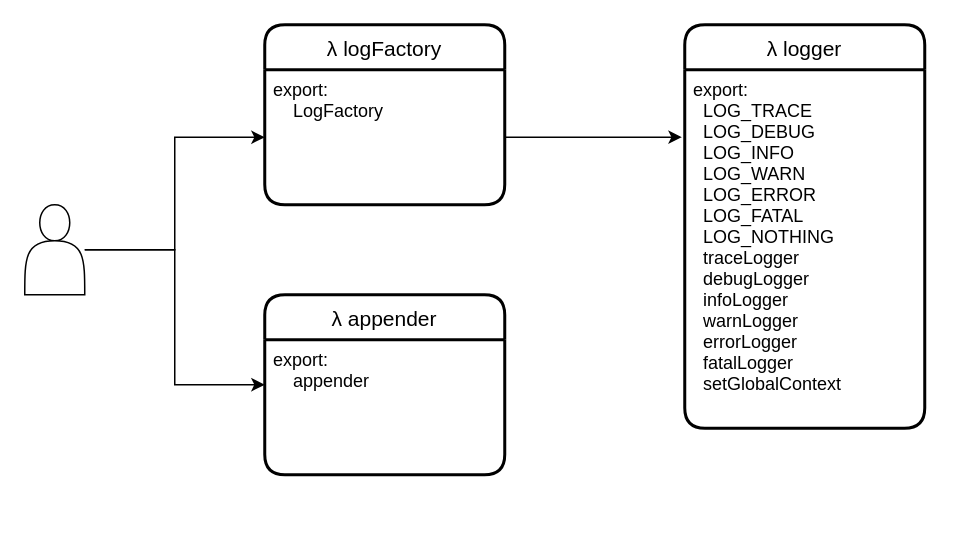
WebEngineering-FHNW/Kolibri keeps this draw.io diagram as contrib/wild_wyss/docs/diagram/Logger_Diagramm.drawio. Above is the earlier version. Source tidied: cells renumbered, new cells numbered last; positions are measured from the earlier drawing's top-left corner, leaving out a move shared by most shapes. Both pictures are drawn from the tidied source at 150%, with x=0, y=0 at pixel (24, 24).
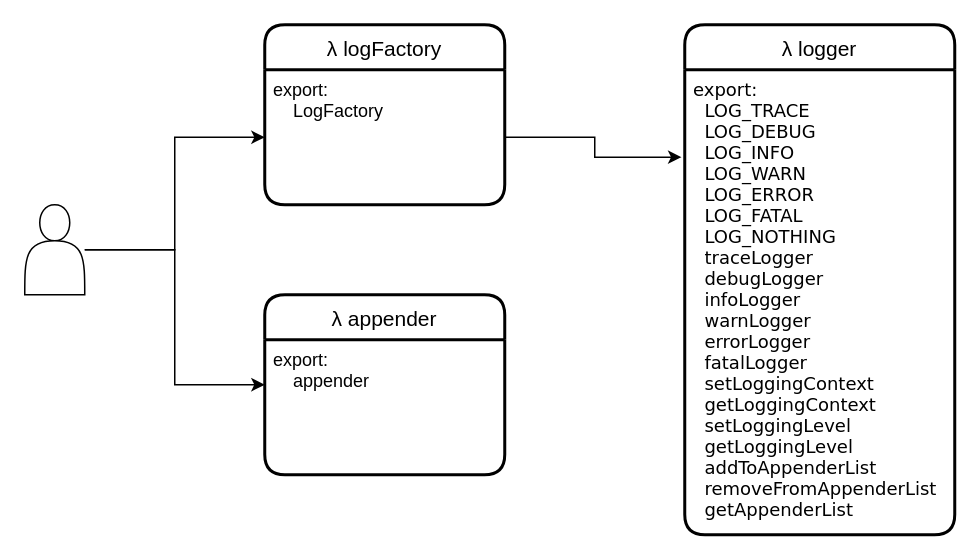
After the change.

Commit message (it also covers changes not shown here):
refactor(logger): replace overview image

What changed in the source:
```diff
@@
 <mxGraphModel>
   <root>
     <mxCell id="0" />
     <mxCell id="1" parent="0" />
     <mxCell id="2" value="λ logFactory" style="swimlane;horizontal=1;startSize=30;rounded=1;fontSize=14;fontStyle=0;strokeWidth=2;shadow=0;dashed=0;align=center;" parent="1" vertex="1">
       <mxGeometry x="160" width="160" height="120" as="geometry" />
     </mxCell>
     <mxCell id="3" value="export:&#10;    LogFactory&#10;" style="align=left;strokeColor=none;fillColor=none;spacingLeft=4;fontSize=12;verticalAlign=top;" parent="2" vertex="1">
       <mxGeometry y="30" width="160" height="90" as="geometry" />
     </mxCell>
     <mxCell id="4" value="λ logger" style="swimlane;horizontal=1;startSize=30;rounded=1;fontSize=14;fontStyle=0;strokeWidth=2;shadow=0;dashed=0;align=center;" parent="1" vertex="1">
-      <mxGeometry x="440" width="160" height="269" as="geometry" />
+      <mxGeometry x="440" width="180" height="340" as="geometry" />
     </mxCell>
-    <mxCell id="5" value="export:&#10;  LOG_TRACE&#10;  LOG_DEBUG&#10;  LOG_INFO&#10;  LOG_WARN&#10;  LOG_ERROR&#10;  LOG_FATAL&#10;  LOG_NOTHING&#10;  traceLogger&#10;  debugLogger&#10;  infoLogger&#10;  warnLogger&#10;  errorLogger&#10;  fatalLogger&#10;  setGlobalContext&#10;" style="align=left;strokeColor=none;fillColor=none;spacingLeft=4;fontSize=12;verticalAlign=top;" parent="4" vertex="1">
-      <mxGeometry y="30" width="160" height="239" as="geometry" />
+    <mxCell id="5" value="export:&#10;  LOG_TRACE&#10;  LOG_DEBUG&#10;  LOG_INFO&#10;  LOG_WARN&#10;  LOG_ERROR&#10;  LOG_FATAL&#10;  LOG_NOTHING&#10;  traceLogger&#10;  debugLogger&#10;  infoLogger&#10;  warnLogger&#10;  errorLogger&#10;  fatalLogger&#10;  setLoggingContext&#10;  getLoggingContext&#10;  setLoggingLevel&#10;  getLoggingLevel&#10;  addToAppenderList&#10;  removeFromAppenderList&#10;  getAppenderList &#10;&#10;&#10;" style="align=left;strokeColor=none;fillColor=none;spacingLeft=4;fontSize=12;verticalAlign=top;fontFamily=Verdana;" parent="4" vertex="1">
+      <mxGeometry y="30" width="180" height="310" as="geometry" />
     </mxCell>
     <mxCell id="6" value="λ appender" style="swimlane;horizontal=1;startSize=30;rounded=1;fontSize=14;fontStyle=0;strokeWidth=2;shadow=0;dashed=0;align=center;" parent="1" vertex="1">
       <mxGeometry x="160" y="180" width="160" height="120" as="geometry" />
     </mxCell>
     <mxCell id="7" value="export:&#10;    appender&#10;" style="align=left;strokeColor=none;fillColor=none;spacingLeft=4;fontSize=12;verticalAlign=top;" parent="6" vertex="1">
       <mxGeometry y="30" width="160" height="90" as="geometry" />
     </mxCell>
     <mxCell id="8" style="edgeStyle=orthogonalEdgeStyle;rounded=0;jettySize=auto;html=1;entryX=0;entryY=0.5;entryDx=0;entryDy=0;" parent="1" edge="1" source="10" target="3">
       <mxGeometry relative="1" as="geometry" />
     </mxCell>
     <mxCell id="9" style="edgeStyle=orthogonalEdgeStyle;rounded=0;jettySize=auto;html=1;entryX=0;entryY=0.333;entryDx=0;entryDy=0;entryPerimeter=0;" parent="1" edge="1" source="10" target="7">
       <mxGeometry relative="1" as="geometry" />
     </mxCell>
     <mxCell id="10" style="shape=actor;whiteSpace=wrap;html=1;" parent="1" vertex="1">
       <mxGeometry y="120" width="40" height="60" as="geometry" />
     </mxCell>
     <mxCell id="11" style="edgeStyle=orthogonalEdgeStyle;rounded=0;jettySize=auto;html=1;exitX=1;exitY=0.5;exitDx=0;exitDy=0;entryX=-0.012;entryY=0.188;entryDx=0;entryDy=0;entryPerimeter=0;" parent="1" edge="1" source="3" target="5">
       <mxGeometry relative="1" as="geometry" />
     </mxCell>
   </root>
 </mxGraphModel>
```
